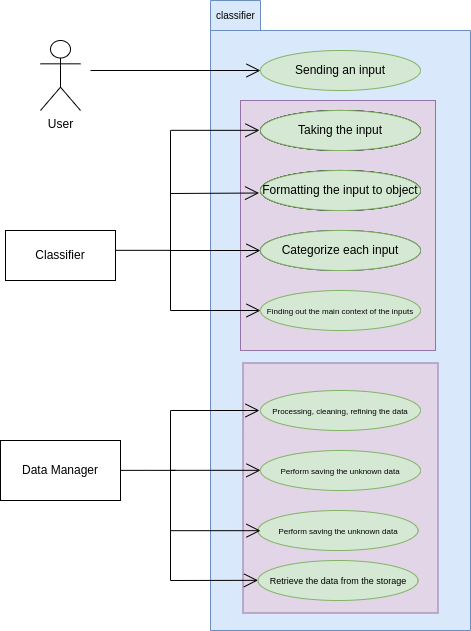
John321Blacksmith/tesla keeps this draw.io diagram as plan/context_view.png. Above is the earlier version. Source tidied: cells renumbered, new cells last; positions are measured from the earlier drawing's top-left corner, leaving out a move shared by most shapes.
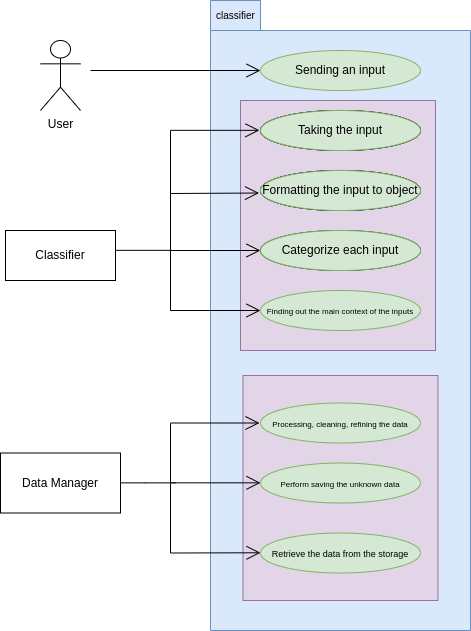
The same file after the commit.

The edit, as a diff of the source:
```diff
@@ -6,7 +6,7 @@
       <mxGeometry x="210" width="260" height="630" as="geometry" />
     </mxCell>
     <mxCell id="3" style="rounded=0;whiteSpace=wrap;html=1;rotation=90;fillColor=#e1d5e7;strokeColor=#9673a6;" parent="1" vertex="1">
-      <mxGeometry x="215" y="390" width="250" height="195" as="geometry" />
+      <mxGeometry x="227.5" y="390" width="225" height="195" as="geometry" />
     </mxCell>
     <mxCell id="4" style="rounded=0;whiteSpace=wrap;html=1;rotation=90;fillColor=#e1d5e7;strokeColor=#9673a6;" parent="1" vertex="1">
       <mxGeometry x="212.5" y="127.5" width="250" height="195" as="geometry" />
@@ -89,57 +89,48 @@
       <mxGeometry x="260" y="230" width="160" height="40" as="geometry" />
     </mxCell>
     <mxCell id="25" value="Data Manager" style="whiteSpace=wrap;html=1;" parent="1" vertex="1">
-      <mxGeometry y="440" width="120" height="60" as="geometry" />
+      <mxGeometry y="452.5" width="120" height="60" as="geometry" />
     </mxCell>
-    <mxCell id="26" value="&lt;span style=&quot;font-size: 8px;&quot;&gt;Perform saving the unknown data&lt;/span&gt;" style="ellipse;whiteSpace=wrap;html=1;fillColor=#d5e8d4;strokeColor=#82b366;" parent="1" vertex="1">
-      <mxGeometry x="257.5" y="510" width="160" height="40" as="geometry" />
-    </mxCell>
     <mxCell id="27" value="&lt;span style=&quot;font-size: 8px;&quot;&gt;Perform saving the unknown data&lt;/span&gt;" style="ellipse;whiteSpace=wrap;html=1;fillColor=#d5e8d4;strokeColor=#82b366;" parent="1" vertex="1">
-      <mxGeometry x="260" y="450" width="160" height="40" as="geometry" />
+      <mxGeometry x="260" y="462.5" width="160" height="40" as="geometry" />
     </mxCell>
     <mxCell id="28" value="&lt;font style=&quot;font-size: 9px;&quot;&gt;Retrieve the data from the storage&lt;/font&gt;" style="ellipse;whiteSpace=wrap;html=1;fillColor=#d5e8d4;strokeColor=#82b366;" parent="1" vertex="1">
-      <mxGeometry x="257.5" y="560" width="160" height="40" as="geometry" />
+      <mxGeometry x="260" y="532.5" width="160" height="40" as="geometry" />
     </mxCell>
     <mxCell id="29" value="&lt;span style=&quot;font-size: 8px;&quot;&gt;Processing, cleaning, refining the data&lt;/span&gt;" style="ellipse;whiteSpace=wrap;html=1;fillColor=#d5e8d4;strokeColor=#82b366;" parent="1" vertex="1">
-      <mxGeometry x="260" y="390" width="160" height="40" as="geometry" />
+      <mxGeometry x="260" y="402.5" width="160" height="40" as="geometry" />
     </mxCell>
     <mxCell id="30" style="endArrow=open;endFill=1;endSize=12;html=1;rounded=0;entryX=0;entryY=0.5;entryDx=0;entryDy=0;" parent="1" edge="1">
       <mxGeometry relative="1" as="geometry">
-        <mxPoint x="170" y="580" as="sourcePoint" />
-        <mxPoint x="257.5" y="579.8" as="targetPoint" />
+        <mxPoint x="170" y="552.5" as="sourcePoint" />
+        <mxPoint x="260" y="552.3" as="targetPoint" />
       </mxGeometry>
     </mxCell>
-    <mxCell id="31" style="endArrow=open;endFill=1;endSize=12;html=1;rounded=0;entryX=0;entryY=0.5;entryDx=0;entryDy=0;" parent="1" edge="1">
-      <mxGeometry relative="1" as="geometry">
-        <mxPoint x="170" y="530.2" as="sourcePoint" />
-        <mxPoint x="260" y="530.2" as="targetPoint" />
-      </mxGeometry>
-    </mxCell>
     <mxCell id="32" style="endArrow=open;endFill=1;endSize=12;html=1;rounded=0;entryX=-0.009;entryY=0.563;entryDx=0;entryDy=0;entryPerimeter=0;" parent="1" edge="1">
       <mxGeometry relative="1" as="geometry">
-        <mxPoint x="171" y="469.8" as="sourcePoint" />
-        <mxPoint x="260" y="469.8" as="targetPoint" />
+        <mxPoint x="171" y="482.3" as="sourcePoint" />
+        <mxPoint x="260" y="482.3" as="targetPoint" />
       </mxGeometry>
     </mxCell>
     <mxCell id="33" style="endArrow=none;html=1;rounded=0;" parent="1" edge="1">
       <mxGeometry relative="1" as="geometry">
-        <mxPoint x="170" y="580" as="sourcePoint" />
-        <mxPoint x="170" y="410.2" as="targetPoint" />
+        <mxPoint x="170" y="552.5" as="sourcePoint" />
+        <mxPoint x="170" y="422.7" as="targetPoint" />
       </mxGeometry>
     </mxCell>
     <mxCell id="34" style="endArrow=none;html=1;rounded=0;exitX=1;exitY=0.5;exitDx=0;exitDy=0;" parent="1" edge="1">
       <mxGeometry relative="1" as="geometry">
-        <mxPoint x="120" y="469.9" as="sourcePoint" />
-        <mxPoint x="175" y="469.9" as="targetPoint" />
+        <mxPoint x="120" y="482.4" as="sourcePoint" />
+        <mxPoint x="175" y="482.4" as="targetPoint" />
         <Array as="points">
-          <mxPoint x="145" y="469.9" />
+          <mxPoint x="145" y="482.4" />
         </Array>
       </mxGeometry>
     </mxCell>
     <mxCell id="35" style="endArrow=open;endFill=1;endSize=12;html=1;rounded=0;entryX=-0.009;entryY=0.563;entryDx=0;entryDy=0;entryPerimeter=0;" parent="1" edge="1">
       <mxGeometry relative="1" as="geometry">
-        <mxPoint x="170" y="410" as="sourcePoint" />
-        <mxPoint x="259" y="410" as="targetPoint" />
+        <mxPoint x="170" y="422.5" as="sourcePoint" />
+        <mxPoint x="259" y="422.5" as="targetPoint" />
       </mxGeometry>
     </mxCell>
   </root>
```
